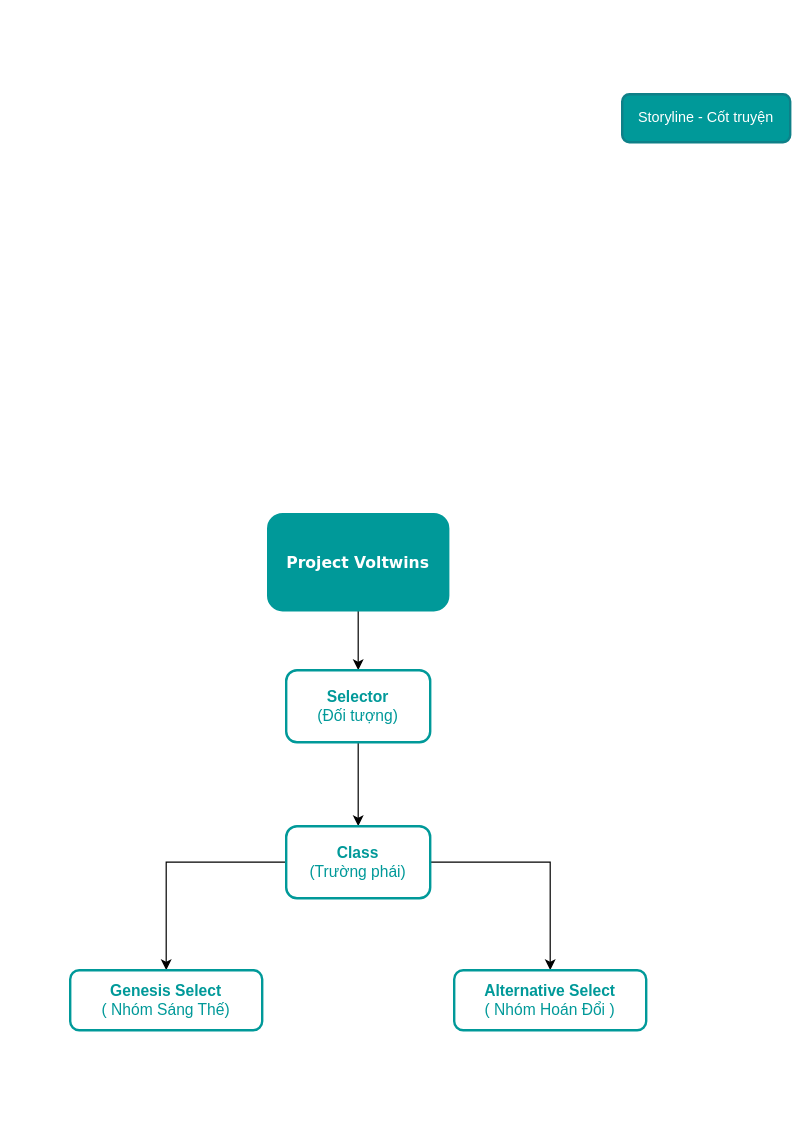
Before: Project RPGMMO Voltwins.drawio in duykhang3803/rpgmmo-voltwins, a draw.io diagram. Source tidied: cells renumbered, new cells numbered last; positions are measured from the earlier drawing's top-left corner, leaving out a move shared by most shapes. Both pictures are drawn from the tidied source at 120%, with x=0, y=0 at pixel (70, 94).
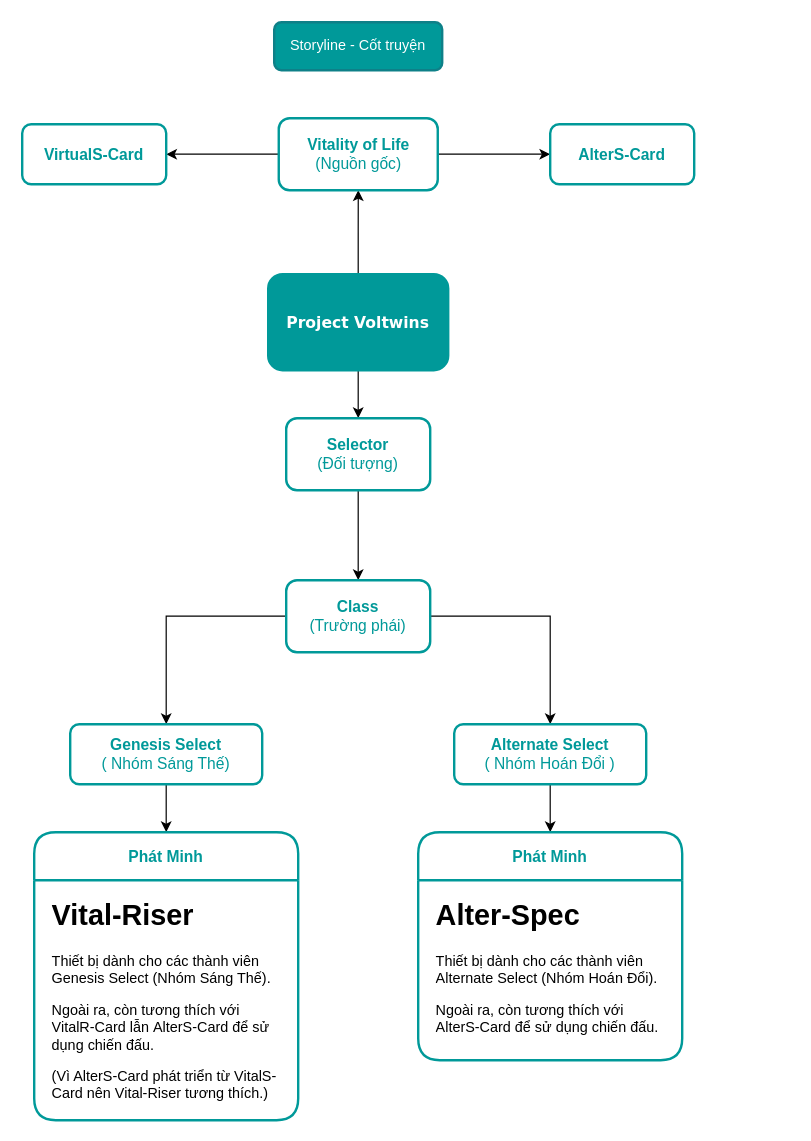
After the change.

Diff of the diagram source:
```diff
@@
+    <mxCell id="12" style="edgeStyle=orthogonalEdgeStyle;rounded=0;jettySize=auto;html=1;entryX=0.5;entryY=1;entryDx=0;entryDy=0;fontFamily=Helvetica;fontSize=12;fontColor=default;" parent="1" edge="1" source="3" target="21">
+      <mxGeometry relative="1" as="geometry" />
+    </mxCell>
     <mxCell id="3" value="Project Voltwins" style="rounded=1;whiteSpace=wrap;html=1;strokeWidth=2;fontFamily=Verdana;fontSize=13;fontStyle=1;fontColor=#FFFFFF;strokeColor=#009999;fillStyle=auto;fillColor=#009999;" parent="1" vertex="1">
-      <mxGeometry x="165" y="350" width="150" height="80" as="geometry" />
+      <mxGeometry x="165" y="150" width="150" height="80" as="geometry" />
     </mxCell>
     <mxCell id="4" value="Storyline - Cốt truyện" style="rounded=1;whiteSpace=wrap;html=1;strokeWidth=2;fillColor=#009999;strokeColor=#0e8088;fontColor=#FFFFFF;" parent="1" vertex="1">
-      <mxGeometry x="460" width="140" height="40" as="geometry" />
+      <mxGeometry x="170" y="-60" width="140" height="40" as="geometry" />
     </mxCell>
@@
     <mxCell id="6" value="Selector&lt;br&gt;&lt;span style=&quot;font-weight: normal;&quot;&gt;(Đối tượng)&lt;/span&gt;" style="rounded=1;whiteSpace=wrap;html=1;fontSize=13;strokeColor=#009999;fontColor=#009999;strokeWidth=2;fontStyle=1;fillStyle=hatch;" parent="1" vertex="1">
-      <mxGeometry x="180" y="480" width="120" height="60" as="geometry" />
+      <mxGeometry x="180" y="270" width="120" height="60" as="geometry" />
     </mxCell>
@@
     <mxCell id="9" value="Class&lt;br&gt;&lt;span style=&quot;font-weight: normal;&quot;&gt;(Trường phái)&lt;/span&gt;" style="rounded=1;whiteSpace=wrap;html=1;fontSize=13;strokeColor=#009999;fontColor=#009999;strokeWidth=2;fontStyle=1;fillStyle=hatch;" parent="1" vertex="1">
-      <mxGeometry x="180" y="610" width="120" height="60" as="geometry" />
+      <mxGeometry x="180" y="405" width="120" height="60" as="geometry" />
     </mxCell>
+    <mxCell id="13" style="edgeStyle=orthogonalEdgeStyle;rounded=0;jettySize=auto;html=1;exitX=0.5;exitY=1;exitDx=0;exitDy=0;entryX=0.5;entryY=0;entryDx=0;entryDy=0;" parent="1" edge="1" source="10">
+      <mxGeometry relative="1" as="geometry">
+        <mxPoint x="80" y="615" as="targetPoint" />
+      </mxGeometry>
+    </mxCell>
     <mxCell id="10" value="&lt;b&gt;Genesis Select&lt;/b&gt;&lt;br&gt;( Nhóm Sáng Thế)" style="rounded=1;whiteSpace=wrap;html=1;fontSize=13;strokeColor=#009999;fontColor=#009999;strokeWidth=2;fontStyle=0;fillStyle=hatch;" parent="1" vertex="1">
-      <mxGeometry y="730" width="160" height="50" as="geometry" />
+      <mxGeometry y="525" width="160" height="50" as="geometry" />
     </mxCell>
+    <mxCell id="14" style="edgeStyle=orthogonalEdgeStyle;rounded=0;jettySize=auto;html=1;exitX=0.5;exitY=1;exitDx=0;exitDy=0;entryX=0.5;entryY=0;entryDx=0;entryDy=0;" parent="1" edge="1" source="11">
+      <mxGeometry relative="1" as="geometry">
+        <mxPoint x="400" y="615" as="targetPoint" />
+      </mxGeometry>
+    </mxCell>
-    <mxCell id="11" value="&lt;b&gt;Alternative Select&lt;/b&gt;&lt;br&gt;( Nhóm Hoán Đổi )" style="rounded=1;whiteSpace=wrap;html=1;fillStyle=hatch;strokeColor=#009999;strokeWidth=2;align=center;verticalAlign=middle;fontFamily=Helvetica;fontSize=13;fontColor=#009999;fillColor=default;" parent="1" vertex="1">
-      <mxGeometry x="320" y="730" width="160" height="50" as="geometry" />
+    <mxCell id="11" value="&lt;b&gt;Alternate Select&lt;/b&gt;&lt;br&gt;( Nhóm Hoán Đổi )" style="rounded=1;whiteSpace=wrap;html=1;fillStyle=hatch;strokeColor=#009999;strokeWidth=2;align=center;verticalAlign=middle;fontFamily=Helvetica;fontSize=13;fontColor=#009999;fillColor=default;" parent="1" vertex="1">
+      <mxGeometry x="320" y="525" width="160" height="50" as="geometry" />
     </mxCell>
+    <mxCell id="15" value="Phát Minh" style="swimlane;whiteSpace=wrap;html=1;fontSize=13;strokeColor=#009999;fontColor=#009999;rounded=1;strokeWidth=2;fillStyle=hatch;startSize=40;" parent="1" vertex="1">
+      <mxGeometry x="290" y="615" width="220" height="190" as="geometry" />
+    </mxCell>
+    <mxCell id="16" value="&lt;h1&gt;Alter-Spec&lt;/h1&gt;&lt;p&gt;Thiết bị dành cho các thành viên Alternate Select (Nhóm Hoán Đổi).&lt;/p&gt;&lt;p&gt;&lt;span style=&quot;background-color: initial;&quot;&gt;Ngoài ra, còn tương thích với AlterS-Card để sử dụng chiến đấu.&lt;/span&gt;&lt;/p&gt;" style="text;html=1;strokeColor=none;fillColor=none;spacing=5;spacingTop=-20;whiteSpace=wrap;overflow=hidden;rounded=0;" parent="15" vertex="1">
+      <mxGeometry x="10" y="50" width="200" height="120" as="geometry" />
+    </mxCell>
+    <mxCell id="17" value="Phát Minh" style="swimlane;whiteSpace=wrap;html=1;fontSize=13;strokeColor=#009999;fontColor=#009999;rounded=1;strokeWidth=2;fillStyle=hatch;startSize=40;" parent="1" vertex="1">
+      <mxGeometry x="-30" y="615" width="220" height="240" as="geometry" />
+    </mxCell>
+    <mxCell id="18" value="&lt;h1&gt;Vital-Riser&lt;/h1&gt;&lt;p&gt;Thiết bị dành cho các thành viên Genesis Select (Nhóm Sáng Thế).&lt;/p&gt;&lt;p&gt;&lt;span style=&quot;background-color: initial;&quot;&gt;Ngoài ra, còn tương thích với VitalR-Card lẫn&amp;nbsp;&lt;/span&gt;&lt;span style=&quot;background-color: initial;&quot;&gt;AlterS-Card để sử dụng chiến đấu.&lt;/span&gt;&lt;/p&gt;&lt;p&gt;&lt;span style=&quot;background-color: initial;&quot;&gt;(Vì AlterS-Card phát triển từ VitalS-Card nên Vital-Riser tương thích.)&lt;/span&gt;&lt;/p&gt;" style="text;html=1;strokeColor=none;fillColor=none;spacing=5;spacingTop=-20;whiteSpace=wrap;overflow=hidden;rounded=0;" parent="17" vertex="1">
+      <mxGeometry x="10" y="50" width="200" height="180" as="geometry" />
+    </mxCell>
+    <mxCell id="19" style="edgeStyle=orthogonalEdgeStyle;rounded=0;jettySize=auto;html=1;entryX=1;entryY=0.5;entryDx=0;entryDy=0;fontFamily=Helvetica;fontSize=12;fontColor=default;" parent="1" edge="1" source="21" target="22">
+      <mxGeometry relative="1" as="geometry" />
+    </mxCell>
+    <mxCell id="20" style="edgeStyle=orthogonalEdgeStyle;rounded=0;jettySize=auto;html=1;fontFamily=Helvetica;fontSize=13;fontColor=#009999;" parent="1" edge="1" source="21" target="23">
+      <mxGeometry relative="1" as="geometry" />
+    </mxCell>
+    <mxCell id="21" value="Vitality of Life&lt;br style=&quot;font-size: 13px;&quot;&gt;&lt;span style=&quot;font-weight: normal; font-size: 13px;&quot;&gt;(Nguồn gốc)&lt;/span&gt;" style="rounded=1;whiteSpace=wrap;html=1;fontSize=13;strokeColor=#009999;fontColor=#009999;strokeWidth=2;fontStyle=1;fillStyle=hatch;" parent="1" vertex="1">
+      <mxGeometry x="173.8" y="20" width="132.5" height="60" as="geometry" />
+    </mxCell>
+    <mxCell id="22" value="VirtualS-Card" style="rounded=1;whiteSpace=wrap;html=1;strokeColor=#009999;align=center;verticalAlign=middle;fontFamily=Helvetica;fontSize=13;fontColor=#009999;fillColor=default;strokeWidth=2;fontStyle=1;fillStyle=hatch;" parent="1" vertex="1">
+      <mxGeometry x="-40" y="25" width="120" height="50" as="geometry" />
+    </mxCell>
+    <mxCell id="23" value="AlterS-Card" style="rounded=1;whiteSpace=wrap;html=1;strokeColor=#009999;align=center;verticalAlign=middle;fontFamily=Helvetica;fontSize=13;fontColor=#009999;fillColor=default;shadow=0;strokeWidth=2;fontStyle=1;fillStyle=hatch;" parent="1" vertex="1">
+      <mxGeometry x="400" y="25" width="120" height="50" as="geometry" />
+    </mxCell>
```
